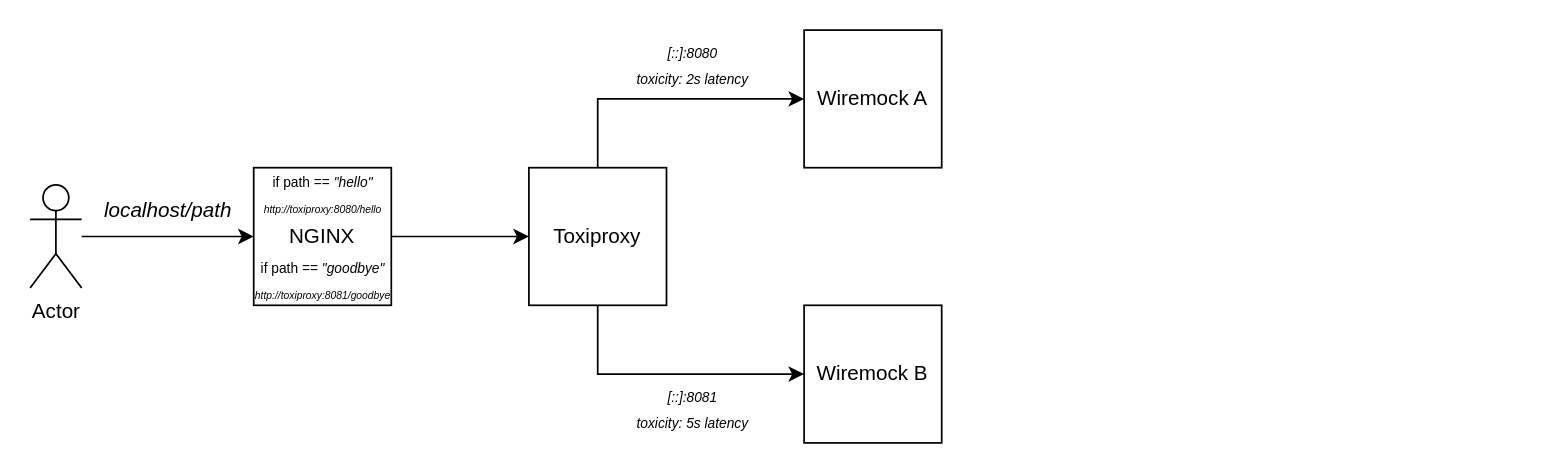
This is images/nginx_wiremock_rev_proxy.drawio from mveeprojects/NginxToxiproxyByEndpoint, a draw.io file, before an edit. Source tidied: cells renumbered, new cells numbered last; positions are measured from the earlier drawing's top-left corner, leaving out a move shared by most shapes. Both pictures are drawn from the tidied source at 172%, with x=0, y=0 at pixel (29, 29).
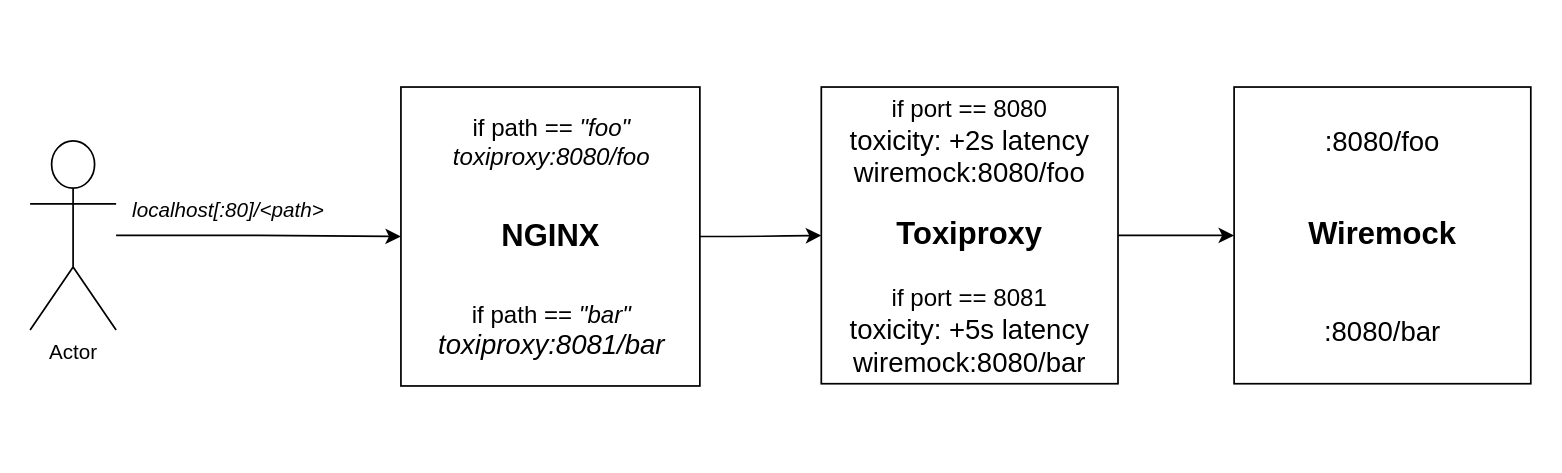
The same diagram, later.

Change to the diagram source:
```diff
@@
 <mxGraphModel>
   <root>
     <mxCell id="0" />
     <mxCell id="1" parent="0" />
     <mxCell id="2" style="edgeStyle=orthogonalEdgeStyle;rounded=0;jettySize=auto;html=1;" parent="1" edge="1" source="3" target="7">
       <mxGeometry relative="1" as="geometry" />
     </mxCell>
     <mxCell id="3" value="Actor" style="shape=umlActor;verticalLabelPosition=bottom;verticalAlign=top;html=1;outlineConnect=0;" parent="1" vertex="1">
-      <mxGeometry y="90" width="30" height="60" as="geometry" />
+      <mxGeometry y="64.4" width="50" height="110" as="geometry" />
     </mxCell>
-    <mxCell id="4" style="edgeStyle=orthogonalEdgeStyle;rounded=0;jettySize=auto;html=1;exitX=0.5;exitY=0;exitDx=0;exitDy=0;" parent="1" edge="1" source="13" target="8">
-      <mxGeometry relative="1" as="geometry" />
-    </mxCell>
-    <mxCell id="5" style="edgeStyle=orthogonalEdgeStyle;rounded=0;jettySize=auto;html=1;exitX=0.5;exitY=1;exitDx=0;exitDy=0;" parent="1" edge="1" source="13" target="9">
-      <mxGeometry relative="1" as="geometry" />
-    </mxCell>
     <mxCell id="6" style="edgeStyle=orthogonalEdgeStyle;curved=1;rounded=0;jettySize=auto;html=1;" parent="1" edge="1" source="7" target="13">
       <mxGeometry relative="1" as="geometry" />
     </mxCell>
-    <mxCell id="7" value="NGINX" style="whiteSpace=wrap;html=1;" parent="1" vertex="1">
-      <mxGeometry x="130" y="80" width="80" height="80" as="geometry" />
+    <mxCell id="7" value="&lt;font style=&quot;font-size: 18px;&quot;&gt;&lt;b&gt;NGINX&lt;/b&gt;&lt;/font&gt;" style="whiteSpace=wrap;html=1;" parent="1" vertex="1">
+      <mxGeometry x="215.6" y="33.1" width="173.8" height="173.8" as="geometry" />
     </mxCell>
-    <mxCell id="8" value="Wiremock A" style="whiteSpace=wrap;html=1;" parent="1" vertex="1">
-      <mxGeometry x="450" width="80" height="80" as="geometry" />
-    </mxCell>
-    <mxCell id="9" value="Wiremock B" style="whiteSpace=wrap;html=1;" parent="1" vertex="1">
-      <mxGeometry x="450" y="160" width="80" height="80" as="geometry" />
-    </mxCell>
-    <mxCell id="10" value="&lt;i&gt;localhost/path&lt;/i&gt;" style="text;html=1;align=center;verticalAlign=middle;strokeColor=none;fillColor=none;" parent="1" vertex="1">
-      <mxGeometry x="30" y="90" width="100" height="30" as="geometry" />
+    <mxCell id="10" value="&lt;i&gt;localhost[:80]/&amp;lt;path&amp;gt;&lt;/i&gt;" style="text;html=1;align=center;verticalAlign=middle;strokeColor=none;fillColor=none;" parent="1" vertex="1">
+      <mxGeometry x="50" y="90" width="130" height="30" as="geometry" />
     </mxCell>
-    <mxCell id="11" value="&lt;font style=&quot;&quot;&gt;&lt;span style=&quot;font-size: 8px;&quot;&gt;if path == &lt;/span&gt;&lt;i style=&quot;font-size: 8px;&quot;&gt;&quot;hello&quot;&lt;br&gt;&lt;/i&gt;&lt;i style=&quot;&quot;&gt;&lt;font style=&quot;font-size: 6px;&quot;&gt;http://toxiproxy:8080/hello&lt;/font&gt;&lt;/i&gt;&lt;span style=&quot;font-size: 8px;&quot;&gt;&lt;i&gt;&lt;/i&gt;&lt;/span&gt;&lt;/font&gt;" style="text;html=1;align=center;verticalAlign=middle;strokeColor=none;fillColor=none;" parent="1" vertex="1">
-      <mxGeometry x="125" y="75" width="90" height="40" as="geometry" />
+    <mxCell id="11" value="&lt;font style=&quot;font-size: 14px;&quot;&gt;if path == &lt;i style=&quot;&quot;&gt;&quot;foo&quot;&lt;br&gt;&lt;/i&gt;&lt;i style=&quot;&quot;&gt;&lt;font style=&quot;&quot;&gt;toxiproxy:8080/foo&lt;/font&gt;&lt;/i&gt;&lt;/font&gt;" style="text;html=1;align=center;verticalAlign=middle;strokeColor=none;fillColor=none;" parent="1" vertex="1">
+      <mxGeometry x="232.5" y="40" width="140" height="50" as="geometry" />
     </mxCell>
-    <mxCell id="12" value="&lt;font style=&quot;font-size: 8px;&quot;&gt;if path == &lt;i&gt;&quot;goodbye&quot;&lt;/i&gt;&lt;/font&gt;&lt;div&gt;&lt;font style=&quot;font-size: 8px;&quot;&gt;&lt;i style=&quot;font-size: 12px;&quot;&gt;&lt;font style=&quot;font-size: 6px;&quot;&gt;http://&lt;/font&gt;&lt;/i&gt;&lt;i style=&quot;font-size: 12px;&quot;&gt;&lt;font style=&quot;font-size: 6px;&quot;&gt;toxiproxy&lt;/font&gt;&lt;/i&gt;&lt;i style=&quot;font-size: 12px;&quot;&gt;&lt;font style=&quot;font-size: 6px;&quot;&gt;:8081/goodbye&lt;/font&gt;&lt;/i&gt;&lt;i&gt;&lt;/i&gt;&lt;/font&gt;&lt;/div&gt;" style="text;html=1;align=center;verticalAlign=middle;strokeColor=none;fillColor=none;" parent="1" vertex="1">
-      <mxGeometry x="120" y="125" width="100" height="40" as="geometry" />
+    <mxCell id="12" value="&lt;font style=&quot;font-size: 14px;&quot;&gt;if path == &lt;i style=&quot;&quot;&gt;&quot;bar&quot;&lt;/i&gt;&lt;/font&gt;&lt;div&gt;&lt;font style=&quot;&quot;&gt;&lt;font size=&quot;3&quot;&gt;&lt;i style=&quot;&quot;&gt;&lt;font style=&quot;&quot;&gt;toxiproxy&lt;/font&gt;&lt;/i&gt;&lt;i style=&quot;&quot;&gt;&lt;font style=&quot;&quot;&gt;:8081/bar&lt;/font&gt;&lt;/i&gt;&lt;/font&gt;&lt;span style=&quot;font-size: 8px;&quot;&gt;&lt;i&gt;&lt;/i&gt;&lt;/span&gt;&lt;/font&gt;&lt;/div&gt;" style="text;html=1;align=center;verticalAlign=middle;strokeColor=none;fillColor=none;" parent="1" vertex="1">
+      <mxGeometry x="222.5" y="150" width="160" height="50" as="geometry" />
     </mxCell>
+    <mxCell id="16" style="edgeStyle=orthogonalEdgeStyle;rounded=0;jettySize=auto;html=1;" parent="1" edge="1" source="13" target="17">
+      <mxGeometry relative="1" as="geometry" />
+    </mxCell>
-    <mxCell id="13" value="Toxip&lt;span style=&quot;background-color: initial;&quot;&gt;roxy&lt;/span&gt;" style="whiteSpace=wrap;html=1;" parent="1" vertex="1">
-      <mxGeometry x="290" y="80" width="80" height="80" as="geometry" />
+    <mxCell id="13" value="&lt;b&gt;&lt;font style=&quot;font-size: 18px;&quot;&gt;Toxip&lt;span style=&quot;background-color: initial;&quot;&gt;roxy&lt;/span&gt;&lt;/font&gt;&lt;/b&gt;" style="whiteSpace=wrap;html=1;" parent="1" vertex="1">
+      <mxGeometry x="460" y="33.1" width="172.5" height="172.5" as="geometry" />
     </mxCell>
-    <mxCell id="14" value="&lt;div&gt;&lt;i style=&quot;&quot;&gt;&lt;font style=&quot;font-size: 8px;&quot;&gt;[::]:8080&lt;/font&gt;&lt;/i&gt;&lt;/div&gt;&lt;div&gt;&lt;i style=&quot;&quot;&gt;&lt;font style=&quot;font-size: 8px;&quot;&gt;toxicity: 2s latency&lt;/font&gt;&lt;/i&gt;&lt;/div&gt;" style="text;html=1;align=center;verticalAlign=middle;strokeColor=none;fillColor=none;" parent="1" vertex="1">
-      <mxGeometry x="340" width="90" height="40" as="geometry" />
+    <mxCell id="14" value="&lt;div&gt;&lt;font style=&quot;font-size: 14px;&quot;&gt;if port == 8080&lt;/font&gt;&lt;/div&gt;&lt;div&gt;&lt;font size=&quot;3&quot; style=&quot;&quot;&gt;toxicity: +2s latency&lt;/font&gt;&lt;/div&gt;&lt;div&gt;&lt;span style=&quot;font-size: medium;&quot;&gt;wiremock:8080/foo&lt;/span&gt;&lt;/div&gt;" style="text;html=1;align=center;verticalAlign=middle;strokeColor=none;fillColor=none;" parent="1" vertex="1">
+      <mxGeometry x="466.2" y="30" width="160" height="70" as="geometry" />
     </mxCell>
-    <mxCell id="15" value="&lt;div&gt;&lt;i style=&quot;&quot;&gt;&lt;font style=&quot;font-size: 8px;&quot;&gt;[::]:8081&lt;/font&gt;&lt;/i&gt;&lt;/div&gt;&lt;div&gt;&lt;i style=&quot;&quot;&gt;&lt;font style=&quot;font-size: 8px;&quot;&gt;toxicity: 5s latency&lt;/font&gt;&lt;/i&gt;&lt;span style=&quot;font-size: 6px;&quot;&gt;&lt;i&gt;&lt;/i&gt;&lt;/span&gt;&lt;/div&gt;" style="text;html=1;align=center;verticalAlign=middle;strokeColor=none;fillColor=none;" parent="1" vertex="1">
-      <mxGeometry x="340" y="200" width="90" height="40" as="geometry" />
-    </mxCell>
+    <mxCell id="17" value="&lt;b&gt;&lt;font style=&quot;font-size: 18px;&quot;&gt;Wiremock&lt;/font&gt;&lt;/b&gt;" style="whiteSpace=wrap;html=1;" parent="1" vertex="1">
+      <mxGeometry x="700" y="33.1" width="172.5" height="172.5" as="geometry" />
+    </mxCell>
+    <mxCell id="18" value="&lt;div&gt;&lt;font style=&quot;font-size: 14px;&quot;&gt;if port == 8081&lt;/font&gt;&lt;/div&gt;&lt;div&gt;&lt;font size=&quot;3&quot; style=&quot;&quot;&gt;toxicity: +5s latency&lt;/font&gt;&lt;/div&gt;&lt;div&gt;&lt;font size=&quot;3&quot; style=&quot;&quot;&gt;wiremock:8080/bar&lt;/font&gt;&lt;/div&gt;" style="text;html=1;align=center;verticalAlign=middle;strokeColor=none;fillColor=none;" parent="1" vertex="1">
+      <mxGeometry x="466.2" y="140" width="160" height="70" as="geometry" />
+    </mxCell>
+    <mxCell id="19" value="&lt;div&gt;&lt;span style=&quot;font-size: medium; background-color: transparent; color: light-dark(rgb(0, 0, 0), rgb(255, 255, 255));&quot;&gt;:8080/foo&lt;/span&gt;&lt;/div&gt;" style="text;html=1;align=center;verticalAlign=middle;strokeColor=none;fillColor=none;" parent="1" vertex="1">
+      <mxGeometry x="741.2" y="50" width="90" height="30" as="geometry" />
+    </mxCell>
+    <mxCell id="20" value="&lt;div&gt;&lt;span style=&quot;font-size: medium; background-color: transparent; color: light-dark(rgb(0, 0, 0), rgb(255, 255, 255));&quot;&gt;:8080/bar&lt;/span&gt;&lt;/div&gt;" style="text;html=1;align=center;verticalAlign=middle;strokeColor=none;fillColor=none;" parent="1" vertex="1">
+      <mxGeometry x="741.2" y="160" width="90" height="30" as="geometry" />
+    </mxCell>
   </root>
 </mxGraphModel>
```
